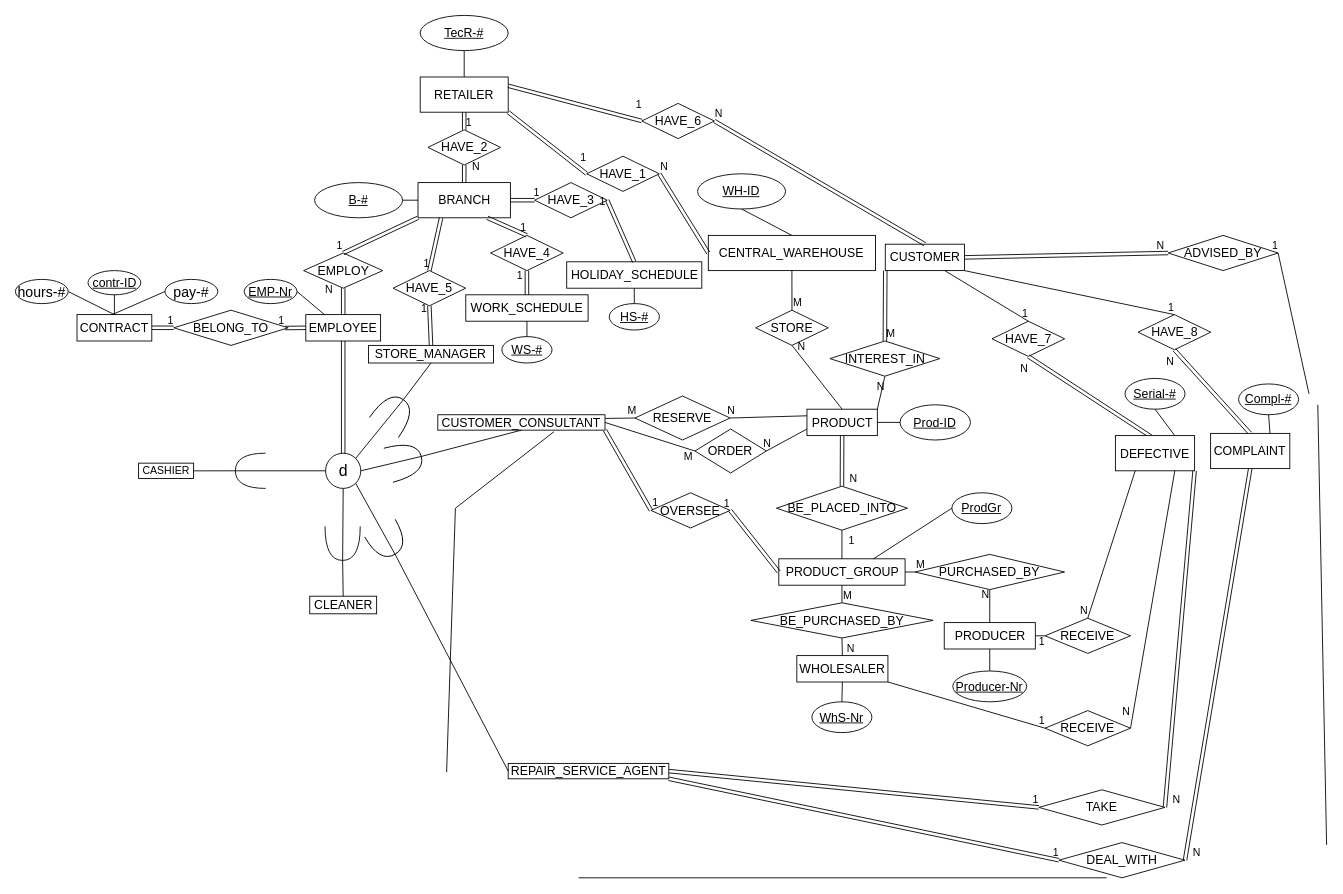
Above: eerdretailer.drawio in quangmnh/drawio (draw.io), before the change. Source tidied: cells renumbered, new cells numbered last; positions are measured from the earlier drawing's top-left corner, leaving out a move shared by most shapes. Both pictures are drawn from the tidied source at 88%, with x=0, y=0 at pixel (15, 15).
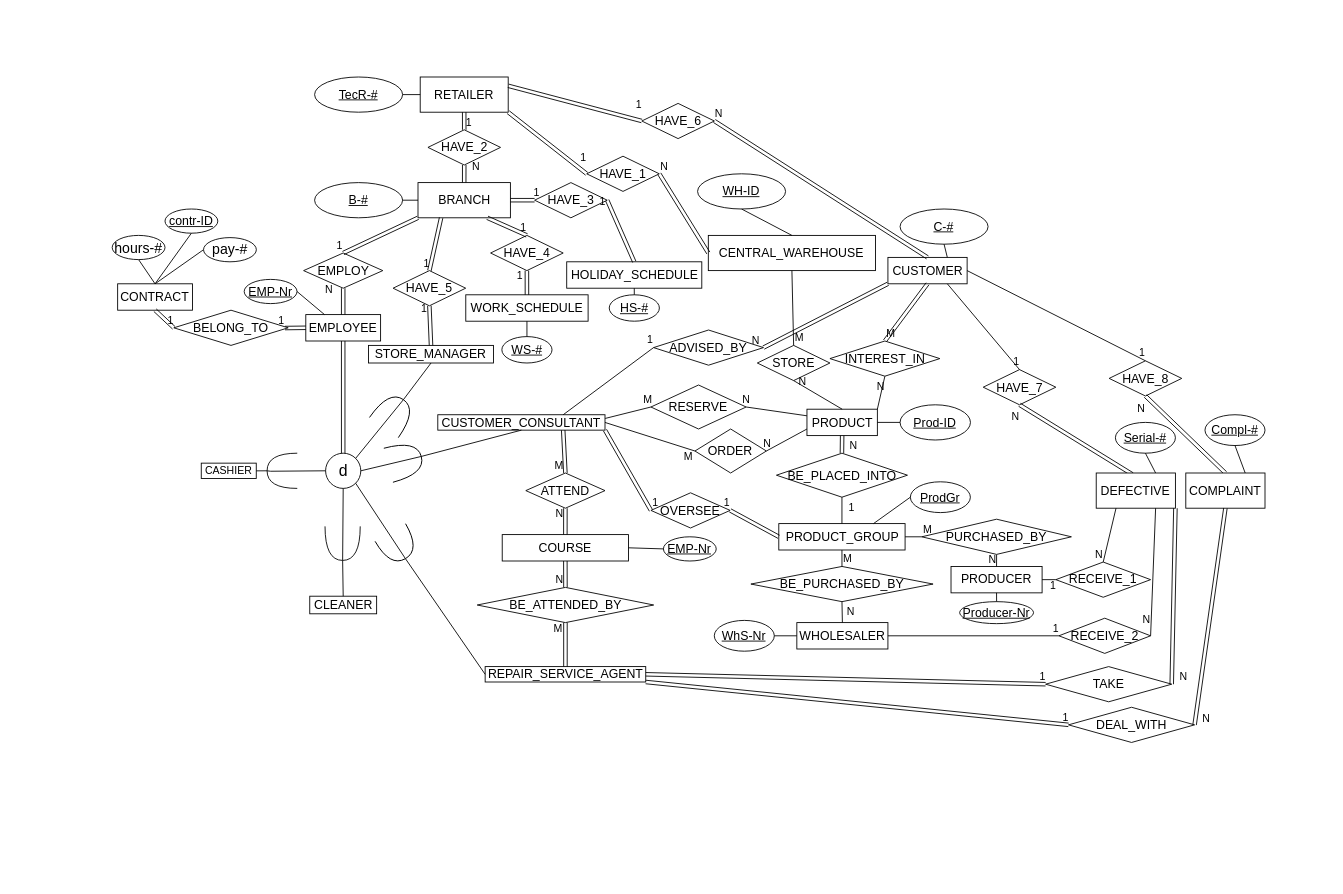
Above is the later version.

The change refers to these unchanged cells:
```xml
<mxCell id="2" value="&lt;font style=&quot;font-size: 14px&quot;&gt;RETAILER&lt;/font&gt;" style="whiteSpace=wrap;html=1;align=center;" parent="1" vertex="1">
  <mxGeometry x="460" y="70" width="100" height="40" as="geometry" />
</mxCell>
<mxCell id="65" value="&lt;span style=&quot;font-size: 14px&quot;&gt;BELONG_TO&lt;/span&gt;" style="shape=rhombus;perimeter=rhombusPerimeter;whiteSpace=wrap;html=1;align=center;" parent="1" vertex="1">
  <mxGeometry x="180" y="335" width="130" height="40" as="geometry" />
</mxCell>
<mxCell id="95" value="&lt;span style=&quot;font-size: 18px&quot;&gt;d&lt;/span&gt;" style="ellipse;whiteSpace=wrap;html=1;align=center;" parent="1" vertex="1">
  <mxGeometry x="352.5" y="497.5" width="40" height="40" as="geometry" />
</mxCell>
<mxCell id="107" value="&lt;font style=&quot;font-size: 14px&quot;&gt;CUSTOMER_CONSULTANT&lt;/font&gt;" style="whiteSpace=wrap;html=1;align=center;" parent="1" vertex="1">
  <mxGeometry x="480" y="453.8" width="190" height="17.5" as="geometry" />
</mxCell>
<mxCell id="121" value="&lt;font style=&quot;font-size: 14px&quot;&gt;INTEREST_IN&lt;/font&gt;" style="shape=rhombus;perimeter=rhombusPerimeter;whiteSpace=wrap;html=1;align=center;" parent="1" vertex="1">
  <mxGeometry x="925.6" y="370" width="124.9" height="40" as="geometry" />
</mxCell>
```

Diff of the diagram source:
```diff
@@
     <mxCell id="3" value="&lt;span style=&quot;font-size: 14px&quot;&gt;TecR-#&lt;/span&gt;" style="ellipse;whiteSpace=wrap;html=1;align=center;fontStyle=4;" parent="1" vertex="1">
-      <mxGeometry x="460" width="100" height="40" as="geometry" />
+      <mxGeometry x="340" y="70" width="100" height="40" as="geometry" />
     </mxCell>
-    <mxCell id="4" style="endArrow=none;html=1;rounded=0;exitX=0.5;exitY=1;exitDx=0;exitDy=0;entryX=0.5;entryY=0;entryDx=0;entryDy=0;" parent="1" edge="1" source="3" target="2">
+    <mxCell id="4" style="endArrow=none;html=1;rounded=0;exitX=1;exitY=0.5;exitDx=0;exitDy=0;entryX=0;entryY=0.5;entryDx=0;entryDy=0;" parent="1" edge="1" source="3" target="2">
       <mxGeometry relative="1" as="geometry" />
     </mxCell>
@@
     <mxCell id="22" value="&lt;font style=&quot;font-size: 14px&quot;&gt;STORE&lt;/font&gt;" style="shape=rhombus;perimeter=rhombusPerimeter;whiteSpace=wrap;html=1;align=center;" parent="1" vertex="1">
-      <mxGeometry x="841.2" y="335" width="82.5" height="40" as="geometry" />
+      <mxGeometry x="843.1" y="375" width="82.5" height="40" as="geometry" />
     </mxCell>
@@
     <mxCell id="29" value="&lt;font style=&quot;font-size: 14px&quot;&gt;BE_PLACED_INTO&lt;/font&gt;" style="shape=rhombus;perimeter=rhombusPerimeter;whiteSpace=wrap;html=1;align=center;" parent="1" vertex="1">
-      <mxGeometry x="864.8" y="535" width="148.9" height="50" as="geometry" />
+      <mxGeometry x="864.8" y="497.5" width="148.9" height="50" as="geometry" />
     </mxCell>
     <mxCell id="30" value="&lt;font style=&quot;font-size: 14px&quot;&gt;PRODUCT_GROUP&lt;/font&gt;" style="whiteSpace=wrap;html=1;align=center;" parent="1" vertex="1">
-      <mxGeometry x="867.5" y="617.5" width="143.5" height="30" as="geometry" />
+      <mxGeometry x="867.5" y="577.5" width="143.5" height="30" as="geometry" />
     </mxCell>
     <mxCell id="31" value="&lt;span style=&quot;font-size: 14px&quot;&gt;ProdGr&lt;/span&gt;" style="ellipse;whiteSpace=wrap;html=1;align=center;fontStyle=4;" parent="1" vertex="1">
-      <mxGeometry x="1064.2" y="542.5" width="68.2" height="35" as="geometry" />
+      <mxGeometry x="1017" y="530" width="68.2" height="35" as="geometry" />
     </mxCell>
@@
     <mxCell id="37" value="&lt;span style=&quot;font-size: 14px&quot;&gt;WHOLESALER&lt;/span&gt;" style="whiteSpace=wrap;html=1;align=center;" parent="1" vertex="1">
-      <mxGeometry x="888" y="727.5" width="103.5" height="30" as="geometry" />
+      <mxGeometry x="888" y="690" width="103.5" height="30" as="geometry" />
     </mxCell>
     <mxCell id="38" value="&lt;span style=&quot;font-size: 14px&quot;&gt;PRODUCER&lt;/span&gt;" style="whiteSpace=wrap;html=1;align=center;" parent="1" vertex="1">
-      <mxGeometry x="1055.5" y="690" width="103.5" height="30" as="geometry" />
+      <mxGeometry x="1063.2" y="626.2" width="103.5" height="30" as="geometry" />
     </mxCell>
     <mxCell id="39" value="&lt;font style=&quot;font-size: 14px&quot;&gt;BE_PURCHASED_BY&lt;/font&gt;" style="shape=rhombus;perimeter=rhombusPerimeter;whiteSpace=wrap;html=1;align=center;" parent="1" vertex="1">
-      <mxGeometry x="835.8" y="667.5" width="207" height="40" as="geometry" />
+      <mxGeometry x="835.8" y="626.2" width="207" height="40" as="geometry" />
     </mxCell>
@@
     <mxCell id="48" value="&lt;span style=&quot;font-size: 14px&quot;&gt;WhS-Nr&lt;/span&gt;" style="ellipse;whiteSpace=wrap;html=1;align=center;fontStyle=4;" parent="1" vertex="1">
-      <mxGeometry x="905.1" y="780" width="68.2" height="35" as="geometry" />
+      <mxGeometry x="794.2" y="687.5" width="68.2" height="35" as="geometry" />
     </mxCell>
-    <mxCell id="49" style="endArrow=none;html=1;rounded=0;exitX=0.5;exitY=0;exitDx=0;exitDy=0;entryX=0.5;entryY=1;entryDx=0;entryDy=0;" parent="1" edge="1" source="48" target="37">
+    <mxCell id="49" style="endArrow=none;html=1;rounded=0;exitX=1;exitY=0.5;exitDx=0;exitDy=0;entryX=0;entryY=0.5;entryDx=0;entryDy=0;" parent="1" edge="1" source="48" target="37">
       <mxGeometry relative="1" as="geometry" />
     </mxCell>
     <mxCell id="50" value="&lt;span style=&quot;font-size: 14px&quot;&gt;Producer-Nr&lt;/span&gt;" style="ellipse;whiteSpace=wrap;html=1;align=center;fontStyle=4;" parent="1" vertex="1">
-      <mxGeometry x="1065.2" y="745" width="84" height="35" as="geometry" />
+      <mxGeometry x="1073" y="666.2" width="84" height="25" as="geometry" />
     </mxCell>
@@
     <mxCell id="52" value="&lt;font style=&quot;font-size: 14px&quot;&gt;CUSTOMER&lt;/font&gt;" style="whiteSpace=wrap;html=1;align=center;" parent="1" vertex="1">
-      <mxGeometry x="988.5" y="260" width="90" height="30" as="geometry" />
+      <mxGeometry x="991.5" y="275" width="90" height="30" as="geometry" />
     </mxCell>
-    <mxCell id="53" style="shape=link;html=1;rounded=0;entryX=0;entryY=1;entryDx=0;entryDy=0;exitX=0.5;exitY=0;exitDx=0;exitDy=0;" parent="1" edge="1" source="121" target="52">
+    <mxCell id="53" style="shape=link;html=1;rounded=0;entryX=0.5;entryY=1;entryDx=0;entryDy=0;exitX=0.5;exitY=0;exitDx=0;exitDy=0;" parent="1" edge="1" source="121" target="52">
       <mxGeometry relative="1" as="geometry" />
     </mxCell>
@@
     <mxCell id="68" value="&lt;font style=&quot;font-size: 14px&quot;&gt;CONTRACT&lt;/font&gt;" style="whiteSpace=wrap;html=1;align=center;" parent="1" vertex="1">
-      <mxGeometry x="70" y="340" width="85" height="30" as="geometry" />
+      <mxGeometry x="116.2" y="305" width="85" height="30" as="geometry" />
     </mxCell>
-    <mxCell id="69" style="shape=link;html=1;rounded=0;exitX=1;exitY=0.5;exitDx=0;exitDy=0;entryX=0;entryY=0.5;entryDx=0;entryDy=0;" parent="1" edge="1" source="68" target="65">
+    <mxCell id="69" style="shape=link;html=1;rounded=0;exitX=0.5;exitY=1;exitDx=0;exitDy=0;entryX=0;entryY=0.5;entryDx=0;entryDy=0;" parent="1" edge="1" source="68" target="65">
       <mxGeometry relative="1" as="geometry" />
     </mxCell>
@@
     <mxCell id="71" value="&lt;span style=&quot;font-size: 14px&quot;&gt;contr-ID&lt;/span&gt;" style="ellipse;whiteSpace=wrap;html=1;align=center;fontStyle=4;" parent="1" vertex="1">
-      <mxGeometry x="82.5" y="290" width="60" height="27.5" as="geometry" />
+      <mxGeometry x="170" y="220" width="60" height="27.5" as="geometry" />
     </mxCell>
@@
-    <mxCell id="73" style="endArrow=none;html=1;rounded=0;entryX=0.5;entryY=0;entryDx=0;entryDy=0;exitX=1;exitY=0.5;exitDx=0;exitDy=0;" parent="1" edge="1" source="74" target="68">
+    <mxCell id="73" style="endArrow=none;html=1;rounded=0;entryX=0.5;entryY=0;entryDx=0;entryDy=0;exitX=0.5;exitY=1;exitDx=0;exitDy=0;" parent="1" edge="1" source="74" target="68">
       <mxGeometry relative="1" as="geometry" />
     </mxCell>
     <mxCell id="74" value="&lt;font size=&quot;3&quot;&gt;hours-#&lt;/font&gt;" style="ellipse;whiteSpace=wrap;html=1;align=center;" parent="1" vertex="1">
-      <mxGeometry y="300" width="60" height="27.5" as="geometry" />
+      <mxGeometry x="110" y="250" width="60" height="27.5" as="geometry" />
     </mxCell>
-    <mxCell id="75" style="endArrow=none;html=1;rounded=0;exitX=0;exitY=0.5;exitDx=0;exitDy=0;" parent="1" edge="1" source="76">
-      <mxGeometry relative="1" as="geometry">
-        <mxPoint x="110" y="340" as="targetPoint" />
-      </mxGeometry>
+    <mxCell id="75" style="endArrow=none;html=1;rounded=0;exitX=0;exitY=0.5;exitDx=0;exitDy=0;entryX=0.5;entryY=0;entryDx=0;entryDy=0;" parent="1" edge="1" source="76" target="68">
+      <mxGeometry relative="1" as="geometry" />
     </mxCell>
     <mxCell id="76" value="&lt;font size=&quot;3&quot;&gt;pay-#&lt;/font&gt;" style="ellipse;whiteSpace=wrap;html=1;align=center;" parent="1" vertex="1">
-      <mxGeometry x="170" y="300" width="60" height="27.5" as="geometry" />
+      <mxGeometry x="213.8" y="252.5" width="60" height="27.5" as="geometry" />
     </mxCell>
@@
     <mxCell id="91" value="&lt;span style=&quot;font-size: 14px&quot;&gt;HS-#&lt;/span&gt;" style="ellipse;whiteSpace=wrap;html=1;align=center;fontStyle=4;" parent="1" vertex="1">
-      <mxGeometry x="674.8" y="327.5" width="57" height="30" as="geometry" />
+      <mxGeometry x="674.8" y="317.5" width="57" height="30" as="geometry" />
     </mxCell>
@@
     <mxCell id="93" value="CASHIER" style="whiteSpace=wrap;html=1;align=center;" parent="1" vertex="1">
-      <mxGeometry x="140" y="508.8" width="62.5" height="17.5" as="geometry" />
+      <mxGeometry x="211.2" y="508.8" width="62.5" height="17.5" as="geometry" />
     </mxCell>
@@
     <mxCell id="97" style="shape=requiredInterface;html=1;verticalLabelPosition=bottom;rotation=-180;" parent="1" vertex="1">
-      <mxGeometry x="250" y="497.5" width="34.3" height="40" as="geometry" />
+      <mxGeometry x="286" y="497.5" width="34.3" height="40" as="geometry" />
     </mxCell>
@@
     <mxCell id="99" style="endArrow=none;html=1;rounded=0;exitX=0;exitY=0.5;exitDx=0;exitDy=0;entryX=1;entryY=0.5;entryDx=0;entryDy=0;entryPerimeter=0;" parent="1" edge="1" source="95" target="97">
-      <mxGeometry relative="1" as="geometry" />
+      <mxGeometry relative="1" as="geometry">
+        <Array as="points">
+          <mxPoint x="290" y="518" />
+        </Array>
+      </mxGeometry>
     </mxCell>
@@
     <mxCell id="111" value="&lt;font style=&quot;font-size: 14px&quot;&gt;REPAIR_SERVICE_AGENT&lt;/font&gt;" style="whiteSpace=wrap;html=1;align=center;" parent="1" vertex="1">
-      <mxGeometry x="560" y="850" width="182.5" height="17.5" as="geometry" />
+      <mxGeometry x="533.8" y="740" width="182.5" height="17.5" as="geometry" />
     </mxCell>
@@
     <mxCell id="113" style="shape=requiredInterface;html=1;verticalLabelPosition=bottom;rotation=60;" parent="1" vertex="1">
-      <mxGeometry x="405.7" y="577.5" width="34.3" height="40" as="geometry" />
+      <mxGeometry x="417.5" y="582.5" width="34.3" height="40" as="geometry" />
     </mxCell>
@@
     <mxCell id="120" value="&lt;font style=&quot;font-size: 14px&quot;&gt;PURCHASED_BY&lt;/font&gt;" style="shape=rhombus;perimeter=rhombusPerimeter;whiteSpace=wrap;html=1;align=center;" parent="1" vertex="1">
-      <mxGeometry x="1022.2" y="612.5" width="170" height="40" as="geometry" />
+      <mxGeometry x="1030" y="572.5" width="170" height="40" as="geometry" />
     </mxCell>
@@
     <mxCell id="122" value="&lt;font style=&quot;font-size: 14px&quot;&gt;ADVISED_BY&lt;/font&gt;" style="shape=rhombus;perimeter=rhombusPerimeter;whiteSpace=wrap;html=1;align=center;" parent="1" vertex="1">
-      <mxGeometry x="1310" y="250" width="124.9" height="40" as="geometry" />
+      <mxGeometry x="725.2" y="357.5" width="124.9" height="40" as="geometry" />
     </mxCell>
@@
-    <mxCell id="128" style="endArrow=none;html=1;rounded=0;entryX=1;entryY=0.5;entryDx=0;entryDy=0;" parent="1" edge="1" target="122">
-      <mxGeometry relative="1" as="geometry">
-        <mxPoint x="1470" y="430" as="sourcePoint" />
-      </mxGeometry>
+    <mxCell id="128" style="endArrow=none;html=1;rounded=0;entryX=0;entryY=0.5;entryDx=0;entryDy=0;exitX=0.75;exitY=0;exitDx=0;exitDy=0;" parent="1" edge="1" source="107" target="122">
+      <mxGeometry relative="1" as="geometry" />
     </mxCell>
@@
-    <mxCell id="130" style="shape=link;html=1;rounded=0;exitX=1;exitY=0.5;exitDx=0;exitDy=0;entryX=0;entryY=0.5;entryDx=0;entryDy=0;" parent="1" edge="1" source="52" target="122">
+    <mxCell id="130" style="shape=link;html=1;rounded=0;exitX=0;exitY=1;exitDx=0;exitDy=0;entryX=1;entryY=0.5;entryDx=0;entryDy=0;" parent="1" edge="1" source="52" target="122">
       <mxGeometry relative="1" as="geometry" />
     </mxCell>
@@
     <mxCell id="134" value="&lt;font style=&quot;font-size: 14px&quot;&gt;RESERVE&lt;/font&gt;" style="shape=rhombus;perimeter=rhombusPerimeter;whiteSpace=wrap;html=1;align=center;" parent="1" vertex="1">
-      <mxGeometry x="704" y="432.5" width="108.2" height="50" as="geometry" />
+      <mxGeometry x="722.2" y="420" width="108.2" height="50" as="geometry" />
     </mxCell>
@@
-    <mxCell id="147" style="endArrow=none;html=1;rounded=0;" parent="1" edge="1">
-      <mxGeometry relative="1" as="geometry">
-        <mxPoint x="1480" y="442.5" as="sourcePoint" />
-        <mxPoint x="1490" y="942.5" as="targetPoint" />
-      </mxGeometry>
-    </mxCell>
-    <mxCell id="148" style="endArrow=none;html=1;rounded=0;" parent="1" edge="1">
-      <mxGeometry relative="1" as="geometry">
-        <mxPoint x="640" y="980" as="sourcePoint" />
-        <mxPoint x="1240" y="980" as="targetPoint" />
-      </mxGeometry>
-    </mxCell>
-    <mxCell id="149" style="endArrow=none;html=1;rounded=0;entryX=0.695;entryY=1.1;entryDx=0;entryDy=0;entryPerimeter=0;" parent="1" edge="1" target="107">
-      <mxGeometry relative="1" as="geometry">
-        <mxPoint x="490" y="860" as="sourcePoint" />
-        <Array as="points">
-          <mxPoint x="500" y="560" />
-        </Array>
-      </mxGeometry>
-    </mxCell>
     <mxCell id="150" value="&lt;font style=&quot;font-size: 14px&quot;&gt;HAVE_7&lt;/font&gt;" style="shape=rhombus;perimeter=rhombusPerimeter;whiteSpace=wrap;html=1;align=center;" parent="1" vertex="1">
-      <mxGeometry x="1109.8" y="347.5" width="82.5" height="40" as="geometry" />
+      <mxGeometry x="1099.8" y="402.5" width="82.5" height="40" as="geometry" />
     </mxCell>
     <mxCell id="151" value="&lt;font style=&quot;font-size: 14px&quot;&gt;HAVE_8&lt;/font&gt;" style="shape=rhombus;perimeter=rhombusPerimeter;whiteSpace=wrap;html=1;align=center;" parent="1" vertex="1">
-      <mxGeometry x="1275.8" y="340" width="82.5" height="40" as="geometry" />
+      <mxGeometry x="1242.9" y="392.5" width="82.5" height="40" as="geometry" />
     </mxCell>
@@
-    <mxCell id="156" style="endArrow=none;html=1;rounded=0;exitX=1;exitY=1;exitDx=0;exitDy=0;entryX=0.5;entryY=0;entryDx=0;entryDy=0;" parent="1" edge="1" source="52" target="151">
+    <mxCell id="156" style="endArrow=none;html=1;rounded=0;exitX=1;exitY=0.5;exitDx=0;exitDy=0;entryX=0.5;entryY=0;entryDx=0;entryDy=0;" parent="1" edge="1" source="52" target="151">
       <mxGeometry relative="1" as="geometry" />
     </mxCell>
@@
     <mxCell id="160" value="&lt;font style=&quot;font-size: 14px&quot;&gt;COMPLAINT&lt;/font&gt;" style="whiteSpace=wrap;html=1;align=center;" parent="1" vertex="1">
-      <mxGeometry x="1358.2" y="475" width="90" height="40" as="geometry" />
+      <mxGeometry x="1330" y="520" width="90" height="40" as="geometry" />
     </mxCell>
     <mxCell id="161" value="&lt;span style=&quot;font-size: 14px&quot;&gt;DEFECTIVE&lt;/span&gt;" style="whiteSpace=wrap;html=1;align=center;" parent="1" vertex="1">
-      <mxGeometry x="1250" y="477.5" width="90" height="40" as="geometry" />
+      <mxGeometry x="1228.2" y="520" width="90" height="40" as="geometry" />
     </mxCell>
     <mxCell id="162" value="&lt;font style=&quot;font-size: 14px&quot;&gt;DEAL_WITH&lt;/font&gt;" style="shape=rhombus;perimeter=rhombusPerimeter;whiteSpace=wrap;html=1;align=center;" parent="1" vertex="1">
-      <mxGeometry x="1185.8" y="940" width="143.3" height="40" as="geometry" />
+      <mxGeometry x="1196.7" y="786.2" width="143.3" height="40" as="geometry" />
     </mxCell>
@@
     <mxCell id="167" value="&lt;font style=&quot;font-size: 14px&quot;&gt;TAKE&lt;/font&gt;" style="shape=rhombus;perimeter=rhombusPerimeter;whiteSpace=wrap;html=1;align=center;" parent="1" vertex="1">
-      <mxGeometry x="1163" y="880" width="143.3" height="40" as="geometry" />
+      <mxGeometry x="1170.7" y="740" width="143.3" height="40" as="geometry" />
     </mxCell>
@@
     <mxCell id="172" value="&lt;span style=&quot;font-size: 14px&quot;&gt;Compl-#&lt;/span&gt;" style="ellipse;whiteSpace=wrap;html=1;align=center;fontStyle=4;" parent="1" vertex="1">
-      <mxGeometry x="1390" y="418.8" width="68.2" height="35" as="geometry" />
+      <mxGeometry x="1351.8" y="453.8" width="68.2" height="35" as="geometry" />
     </mxCell>
@@
     <mxCell id="174" value="&lt;span style=&quot;font-size: 14px&quot;&gt;Serial-#&lt;/span&gt;" style="ellipse;whiteSpace=wrap;html=1;align=center;fontStyle=4;" parent="1" vertex="1">
-      <mxGeometry x="1260.9" y="412.5" width="68.2" height="35" as="geometry" />
+      <mxGeometry x="1250" y="462.5" width="68.2" height="35" as="geometry" />
     </mxCell>
@@
-    <mxCell id="176" value="&lt;font style=&quot;font-size: 14px&quot;&gt;RECEIVE&lt;/font&gt;" style="shape=rhombus;perimeter=rhombusPerimeter;whiteSpace=wrap;html=1;align=center;" parent="1" vertex="1">
-      <mxGeometry x="1170" y="790" width="97.2" height="40" as="geometry" />
+    <mxCell id="176" value="&lt;font style=&quot;font-size: 14px&quot;&gt;RECEIVE_2&lt;/font&gt;" style="shape=rhombus;perimeter=rhombusPerimeter;whiteSpace=wrap;html=1;align=center;" parent="1" vertex="1">
+      <mxGeometry x="1185.8" y="685" width="104.2" height="40" as="geometry" />
     </mxCell>
-    <mxCell id="177" value="&lt;font style=&quot;font-size: 14px&quot;&gt;RECEIVE&lt;/font&gt;" style="shape=rhombus;perimeter=rhombusPerimeter;whiteSpace=wrap;html=1;align=center;" parent="1" vertex="1">
-      <mxGeometry x="1170" y="685" width="97.2" height="40" as="geometry" />
+    <mxCell id="177" value="&lt;font style=&quot;font-size: 14px&quot;&gt;RECEIVE_1&lt;/font&gt;" style="shape=rhombus;perimeter=rhombusPerimeter;whiteSpace=wrap;html=1;align=center;" parent="1" vertex="1">
+      <mxGeometry x="1182.3" y="621.2" width="107.7" height="40" as="geometry" />
     </mxCell>
-    <mxCell id="178" style="endArrow=none;html=1;rounded=0;entryX=0;entryY=0.5;entryDx=0;entryDy=0;exitX=1;exitY=1;exitDx=0;exitDy=0;" parent="1" edge="1" source="37" target="176">
+    <mxCell id="178" style="endArrow=none;html=1;rounded=0;entryX=0;entryY=0.5;entryDx=0;entryDy=0;exitX=1;exitY=0.5;exitDx=0;exitDy=0;" parent="1" edge="1" source="37" target="176">
       <mxGeometry relative="1" as="geometry" />
     </mxCell>
@@
+    <mxCell id="186" value="&lt;font style=&quot;font-size: 14px&quot;&gt;COURSE&lt;/font&gt;" style="whiteSpace=wrap;html=1;align=center;" parent="1" vertex="1">
+      <mxGeometry x="553.2" y="590" width="143.5" height="30" as="geometry" />
+    </mxCell>
+    <mxCell id="187" value="&lt;font style=&quot;font-size: 14px&quot;&gt;ATTEND&lt;/font&gt;" style="shape=rhombus;perimeter=rhombusPerimeter;whiteSpace=wrap;html=1;align=center;" parent="1" vertex="1">
+      <mxGeometry x="580" y="520" width="90" height="40" as="geometry" />
+    </mxCell>
+    <mxCell id="188" value="&lt;font style=&quot;font-size: 14px&quot;&gt;BE_ATTENDED_BY&lt;/font&gt;" style="shape=rhombus;perimeter=rhombusPerimeter;whiteSpace=wrap;html=1;align=center;" parent="1" vertex="1">
+      <mxGeometry x="524.8" y="650" width="200.5" height="40" as="geometry" />
+    </mxCell>
+    <mxCell id="189" value="&lt;span style=&quot;font-size: 14px&quot;&gt;EMP-Nr&lt;/span&gt;" style="ellipse;whiteSpace=wrap;html=1;align=center;fontStyle=4;" parent="1" vertex="1">
+      <mxGeometry x="736.4" y="592.5" width="60" height="27.5" as="geometry" />
+    </mxCell>
+    <mxCell id="190" style="endArrow=none;html=1;rounded=0;exitX=0;exitY=0.5;exitDx=0;exitDy=0;entryX=1;entryY=0.5;entryDx=0;entryDy=0;" parent="1" edge="1" source="189" target="186">
+      <mxGeometry relative="1" as="geometry" />
+    </mxCell>
+    <mxCell id="191" style="shape=link;html=1;rounded=0;exitX=0.75;exitY=1;exitDx=0;exitDy=0;entryX=0.5;entryY=0;entryDx=0;entryDy=0;" parent="1" edge="1" source="107" target="187">
+      <mxGeometry relative="1" as="geometry" />
+    </mxCell>
+    <mxCell id="192" value="M" style="html=1;align=right;verticalAlign=bottom;" parent="191" vertex="1">
+      <mxGeometry x="1" relative="1" as="geometry">
+        <mxPoint x="-2" as="offset" />
+      </mxGeometry>
+    </mxCell>
+    <mxCell id="193" style="endArrow=none;html=1;rounded=0;entryX=0.5;entryY=1;entryDx=0;entryDy=0;exitX=0.5;exitY=0;exitDx=0;exitDy=0;shape=link;" parent="1" edge="1" source="186" target="187">
+      <mxGeometry relative="1" as="geometry" />
+    </mxCell>
+    <mxCell id="194" value="N" style="html=1;align=right;verticalAlign=bottom;" parent="193" vertex="1">
+      <mxGeometry x="1" relative="1" as="geometry">
+        <mxPoint x="-2" y="15" as="offset" />
+      </mxGeometry>
+    </mxCell>
+    <mxCell id="195" style="shape=link;html=1;rounded=0;exitX=0.5;exitY=0;exitDx=0;exitDy=0;entryX=0.5;entryY=1;entryDx=0;entryDy=0;" parent="1" edge="1" source="111" target="188">
+      <mxGeometry relative="1" as="geometry" />
+    </mxCell>
+    <mxCell id="196" value="M" style="html=1;align=right;verticalAlign=bottom;" parent="195" vertex="1">
+      <mxGeometry x="1" relative="1" as="geometry">
+        <mxPoint x="-3" y="15" as="offset" />
+      </mxGeometry>
+    </mxCell>
+    <mxCell id="197" style="endArrow=none;html=1;rounded=0;entryX=0.5;entryY=0;entryDx=0;entryDy=0;exitX=0.5;exitY=1;exitDx=0;exitDy=0;shape=link;" parent="1" edge="1" source="186" target="188">
+      <mxGeometry relative="1" as="geometry" />
+    </mxCell>
+    <mxCell id="198" value="N" style="html=1;align=right;verticalAlign=bottom;" parent="197" vertex="1">
+      <mxGeometry x="1" relative="1" as="geometry">
+        <mxPoint x="-2" as="offset" />
+      </mxGeometry>
+    </mxCell>
+    <mxCell id="199" value="&lt;span style=&quot;font-size: 14px&quot;&gt;C-#&lt;/span&gt;" style="ellipse;whiteSpace=wrap;html=1;align=center;fontStyle=4;" parent="1" vertex="1">
+      <mxGeometry x="1005.3" y="220" width="100" height="40" as="geometry" />
+    </mxCell>
+    <mxCell id="200" style="endArrow=none;html=1;rounded=0;exitX=0.5;exitY=1;exitDx=0;exitDy=0;entryX=0.75;entryY=0;entryDx=0;entryDy=0;" parent="1" edge="1" source="199" target="52">
+      <mxGeometry relative="1" as="geometry" />
+    </mxCell>
```
